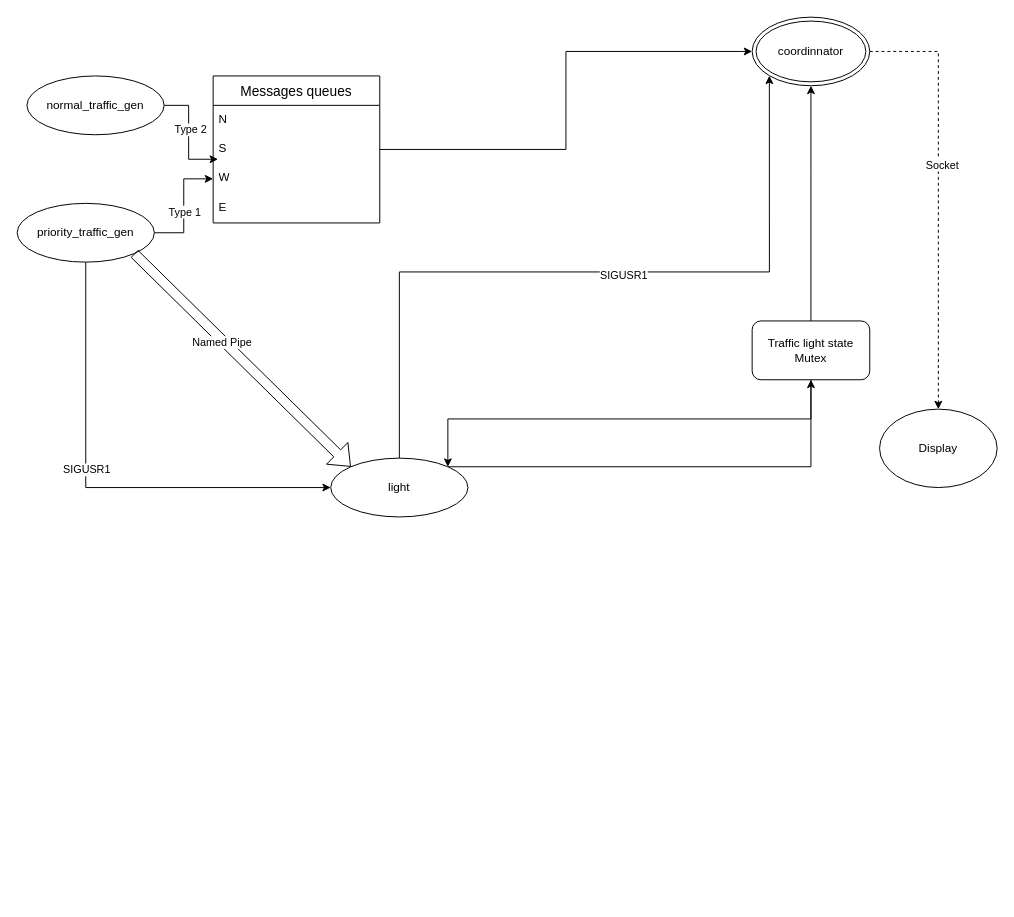
Before: Alfred.drawio in E-Riviere/ProjetPPC, a draw.io diagram. Source tidied: cells renumbered, new cells numbered last; positions are measured from the earlier drawing's top-left corner, leaving out a move shared by most shapes. Both pictures are drawn from the tidied source at 98%, with x=0, y=0 at pixel (17, 17).
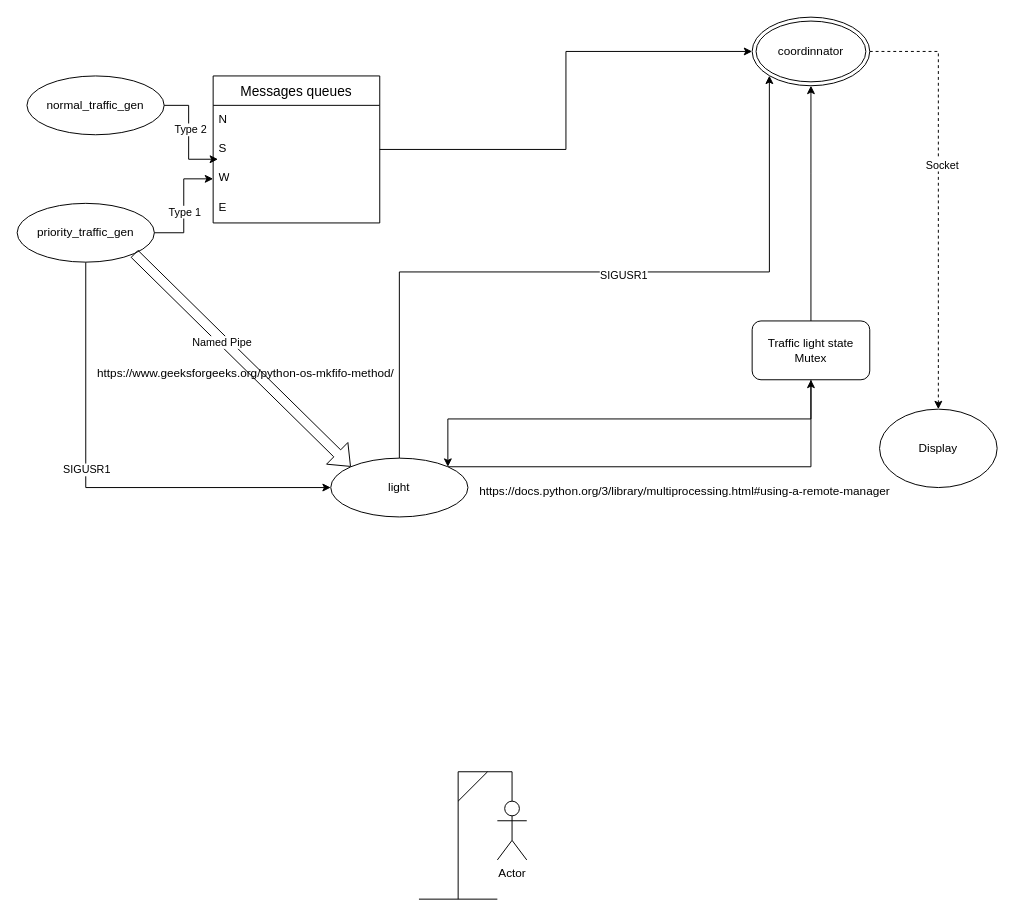
The same page after the edit.

Commit message:
Mettre à jour Alfred.drawio

What changed in the source:
```diff
@@
+    <mxCell id="29" value="https://docs.python.org/3/library/multiprocessing.html#using-a-remote-manager" style="text;whiteSpace=wrap;" parent="1" vertex="1">
+      <mxGeometry x="470" y="470" width="490" height="40" as="geometry" />
+    </mxCell>
+    <mxCell id="30" value="https://www.geeksforgeeks.org/python-os-mkfifo-method/" style="text;whiteSpace=wrap;" parent="1" vertex="1">
+      <mxGeometry x="80" y="350" width="360" height="40" as="geometry" />
+    </mxCell>
+    <mxCell id="31" value="Actor" style="shape=umlActor;verticalLabelPosition=bottom;verticalAlign=top;html=1;" parent="1" vertex="1">
+      <mxGeometry x="490" y="800" width="30" height="60" as="geometry" />
+    </mxCell>
+    <mxCell id="32" style="endArrow=none;html=1;rounded=0;exitX=0.5;exitY=0;exitDx=0;exitDy=0;exitPerimeter=0;" parent="1" edge="1">
+      <mxGeometry relative="1" as="geometry">
+        <mxPoint x="505" y="800" as="sourcePoint" />
+        <mxPoint x="450" y="900" as="targetPoint" />
+        <Array as="points">
+          <mxPoint x="505" y="770" />
+          <mxPoint x="450" y="770" />
+        </Array>
+      </mxGeometry>
+    </mxCell>
+    <mxCell id="33" style="endArrow=none;html=1;rounded=0;" parent="1" edge="1">
+      <mxGeometry relative="1" as="geometry">
+        <mxPoint x="410" y="900" as="sourcePoint" />
+        <mxPoint x="490" y="900" as="targetPoint" />
+      </mxGeometry>
+    </mxCell>
+    <mxCell id="34" style="endArrow=none;html=1;rounded=0;" parent="1" edge="1">
+      <mxGeometry relative="1" as="geometry">
+        <mxPoint x="450" y="800" as="sourcePoint" />
+        <mxPoint x="480" y="770" as="targetPoint" />
+      </mxGeometry>
+    </mxCell>
```
